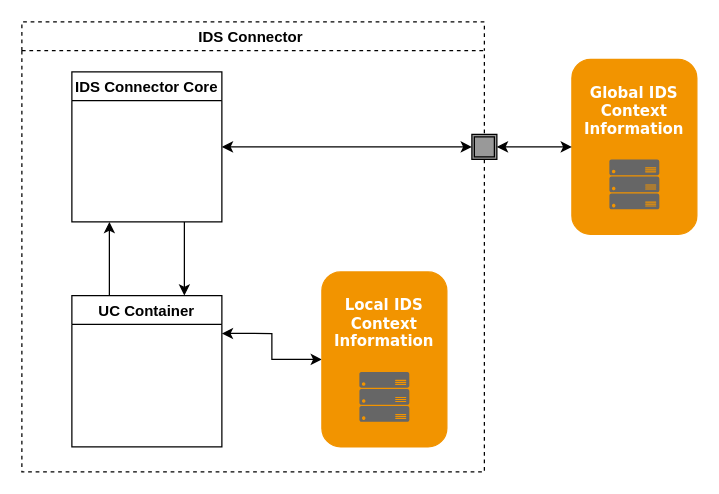
International-Data-Spaces-Association/IDS-RAM_4_0 keeps this draw.io diagram as page "PIP" (1 of 2) of documentation/4_Perspectives_of_the_Reference_Architecture_Model/4_1_Security_Perspective/media/Context-information-and-execution-point.drawio. Above is the earlier version. Source tidied: cells renumbered, new cells numbered last; positions are measured from the earlier drawing's top-left corner, leaving out a move shared by most shapes. Both pictures are drawn from the tidied source at 125%, with x=0, y=0 at pixel (21, 21).
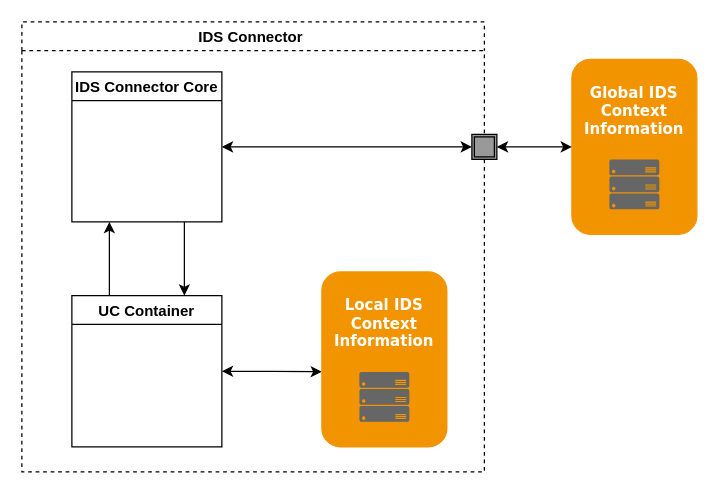
The same page after the edit.

Diff of the diagram source:
```diff
@@
 <mxGraphModel>
   <root>
     <mxCell id="0" />
     <mxCell id="1" parent="0" />
     <mxCell id="2" value="IDS Connector " style="swimlane;dashed=1;" parent="1" vertex="1">
       <mxGeometry width="370" height="360" as="geometry" />
     </mxCell>
     <mxCell id="3" style="edgeStyle=orthogonalEdgeStyle;rounded=0;jettySize=auto;html=1;exitX=0.25;exitY=0;exitDx=0;exitDy=0;entryX=0.25;entryY=1;entryDx=0;entryDy=0;" parent="2" edge="1" source="5" target="6">
       <mxGeometry relative="1" as="geometry" />
     </mxCell>
-    <mxCell id="4" style="edgeStyle=orthogonalEdgeStyle;rounded=0;jettySize=auto;html=1;exitX=1;exitY=0.25;exitDx=0;exitDy=0;startArrow=classic;startFill=1;" parent="2" edge="1" source="5" target="7">
+    <mxCell id="4" style="edgeStyle=orthogonalEdgeStyle;rounded=0;jettySize=auto;html=1;exitX=1;exitY=0.5;exitDx=0;exitDy=0;startArrow=classic;startFill=1;entryX=0;entryY=0.571;entryDx=0;entryDy=0;entryPerimeter=0;" parent="2" edge="1" source="5" target="7">
       <mxGeometry relative="1" as="geometry" />
     </mxCell>
     <mxCell id="5" value="UC Container" style="swimlane;fontSize=12;startSize=23;" parent="2" vertex="1">
       <mxGeometry x="40" y="219" width="120" height="121" as="geometry" />
     </mxCell>
     <mxCell id="6" value="IDS Connector Core" style="swimlane;startSize=23;" parent="2" vertex="1">
       <mxGeometry x="40" y="40" width="120" height="120" as="geometry" />
     </mxCell>
     <mxCell id="7" value="&lt;div&gt;&lt;b style=&quot;color: rgb(255 , 255 , 255) ; font-family: &amp;#34;verdana&amp;#34;&quot;&gt;Local IDS Context Information&lt;/b&gt;&lt;/div&gt;&lt;div&gt;&lt;b style=&quot;color: rgb(255 , 255 , 255) ; font-family: &amp;#34;verdana&amp;#34;&quot;&gt;&lt;br&gt;&lt;/b&gt;&lt;/div&gt;&lt;div&gt;&lt;b style=&quot;color: rgb(255 , 255 , 255) ; font-family: &amp;#34;verdana&amp;#34;&quot;&gt;&lt;br&gt;&lt;/b&gt;&lt;/div&gt;&lt;div&gt;&lt;b style=&quot;color: rgb(255 , 255 , 255) ; font-family: &amp;#34;verdana&amp;#34;&quot;&gt;&lt;br&gt;&lt;/b&gt;&lt;/div&gt;&lt;div&gt;&lt;b style=&quot;color: rgb(255 , 255 , 255) ; font-family: &amp;#34;verdana&amp;#34;&quot;&gt;&lt;br&gt;&lt;/b&gt;&lt;/div&gt;" style="rounded=1;whiteSpace=wrap;html=1;fillColor=#F29400;strokeColor=#F29400;align=center;" parent="2" vertex="1">
       <mxGeometry x="240" y="200" width="100" height="140" as="geometry" />
     </mxCell>
     <mxCell id="8" style="sketch=0;shadow=0;dashed=0;html=1;strokeColor=none;labelPosition=center;verticalLabelPosition=bottom;verticalAlign=top;align=center;fillColor=#666666;shape=mxgraph.azure.server_rack;" parent="2" vertex="1">
       <mxGeometry x="270" y="280" width="40" height="40" as="geometry" />
     </mxCell>
     <mxCell id="9" style="endArrow=classic;html=1;rounded=0;exitX=0.75;exitY=1;exitDx=0;exitDy=0;entryX=0.75;entryY=0;entryDx=0;entryDy=0;" parent="2" edge="1" source="6" target="5">
       <mxGeometry relative="1" as="geometry" />
     </mxCell>
     <mxCell id="10" value="&lt;div&gt;&lt;b style=&quot;color: rgb(255 , 255 , 255) ; font-family: &amp;#34;verdana&amp;#34;&quot;&gt;Global IDS Context Information&lt;/b&gt;&lt;/div&gt;&lt;div&gt;&lt;b style=&quot;color: rgb(255 , 255 , 255) ; font-family: &amp;#34;verdana&amp;#34;&quot;&gt;&lt;br&gt;&lt;/b&gt;&lt;/div&gt;&lt;div&gt;&lt;b style=&quot;color: rgb(255 , 255 , 255) ; font-family: &amp;#34;verdana&amp;#34;&quot;&gt;&lt;br&gt;&lt;/b&gt;&lt;/div&gt;&lt;div&gt;&lt;b style=&quot;color: rgb(255 , 255 , 255) ; font-family: &amp;#34;verdana&amp;#34;&quot;&gt;&lt;br&gt;&lt;/b&gt;&lt;/div&gt;&lt;div&gt;&lt;b style=&quot;color: rgb(255 , 255 , 255) ; font-family: &amp;#34;verdana&amp;#34;&quot;&gt;&lt;br&gt;&lt;/b&gt;&lt;/div&gt;" style="rounded=1;whiteSpace=wrap;html=1;fillColor=#F29400;strokeColor=#F29400;align=center;" parent="1" vertex="1">
       <mxGeometry x="440" y="30" width="100" height="140" as="geometry" />
     </mxCell>
     <mxCell id="11" style="sketch=0;shadow=0;dashed=0;html=1;strokeColor=none;labelPosition=center;verticalLabelPosition=bottom;verticalAlign=top;align=center;fillColor=#666666;shape=mxgraph.azure.server_rack;" parent="1" vertex="1">
       <mxGeometry x="470" y="110" width="40" height="40" as="geometry" />
     </mxCell>
     <mxCell id="12" style="edgeStyle=orthogonalEdgeStyle;rounded=0;orthogonalLoop=1;jettySize=auto;html=1;exitX=1;exitY=0.5;exitDx=0;exitDy=0;startArrow=none;startFill=1;entryX=0;entryY=0.5;entryDx=0;entryDy=0;" parent="1" edge="1" source="13" target="13">
       <mxGeometry relative="1" as="geometry" />
     </mxCell>
     <mxCell id="13" style="shape=ext;double=1;whiteSpace=wrap;html=1;fillColor=#999999;" parent="1" vertex="1">
       <mxGeometry x="360" y="90" width="20" height="20" as="geometry" />
     </mxCell>
     <mxCell id="14" style="edgeStyle=orthogonalEdgeStyle;rounded=0;jettySize=auto;html=1;exitX=1;exitY=0.5;exitDx=0;exitDy=0;startArrow=classic;startFill=1;endArrow=classic;entryX=0;entryY=0.5;entryDx=0;entryDy=0;endFill=1;" parent="1" edge="1" source="6" target="13">
       <mxGeometry relative="1" as="geometry" />
     </mxCell>
     <mxCell id="15" style="edgeStyle=orthogonalEdgeStyle;rounded=0;jettySize=auto;html=1;exitX=1;exitY=0.5;exitDx=0;exitDy=0;startArrow=classic;startFill=1;endArrow=classic;entryX=0;entryY=0.5;entryDx=0;entryDy=0;endFill=1;" parent="1" edge="1" source="13" target="10">
       <mxGeometry relative="1" as="geometry" />
     </mxCell>
   </root>
 </mxGraphModel>
```
